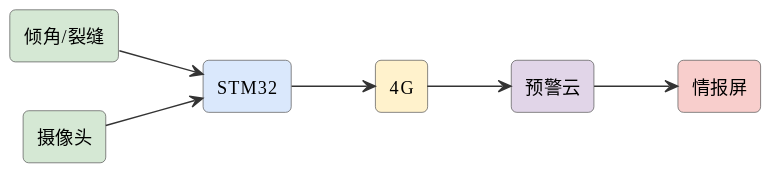
mingyi0818/IntelligentMcuCourse keeps this PlantUML diagram as assets/diagrams/ideas-fig44.svg. Above is the earlier version.
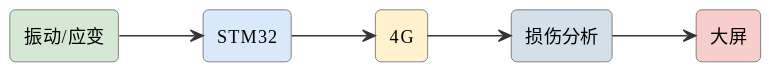
After the commit.

Diff of the diagram source:
```diff
@@ -6,15 +6,13 @@
 skinparam arrowFontSize 11
 skinparam arrowColor #333
 left to right direction
-rectangle "倾角/裂缝" as s #d5e8d4
+rectangle "振动/应变" as s #d5e8d4
 rectangle "STM32" as stm #dae8fc
-rectangle "摄像头" as cam #d5e8d4
 rectangle "4G" as g #fff2cc
-rectangle "预警云" as cloud #e1d5e8
-rectangle "情报屏" as scr #f8cecc
+rectangle "损伤分析" as ai #d3e0ea
+rectangle "大屏" as scr #f8cecc
 s --> stm
-cam --> stm
 stm --> g
-g --> cloud
-cloud --> scr
+g --> ai
+ai --> scr
 @enduml
```
